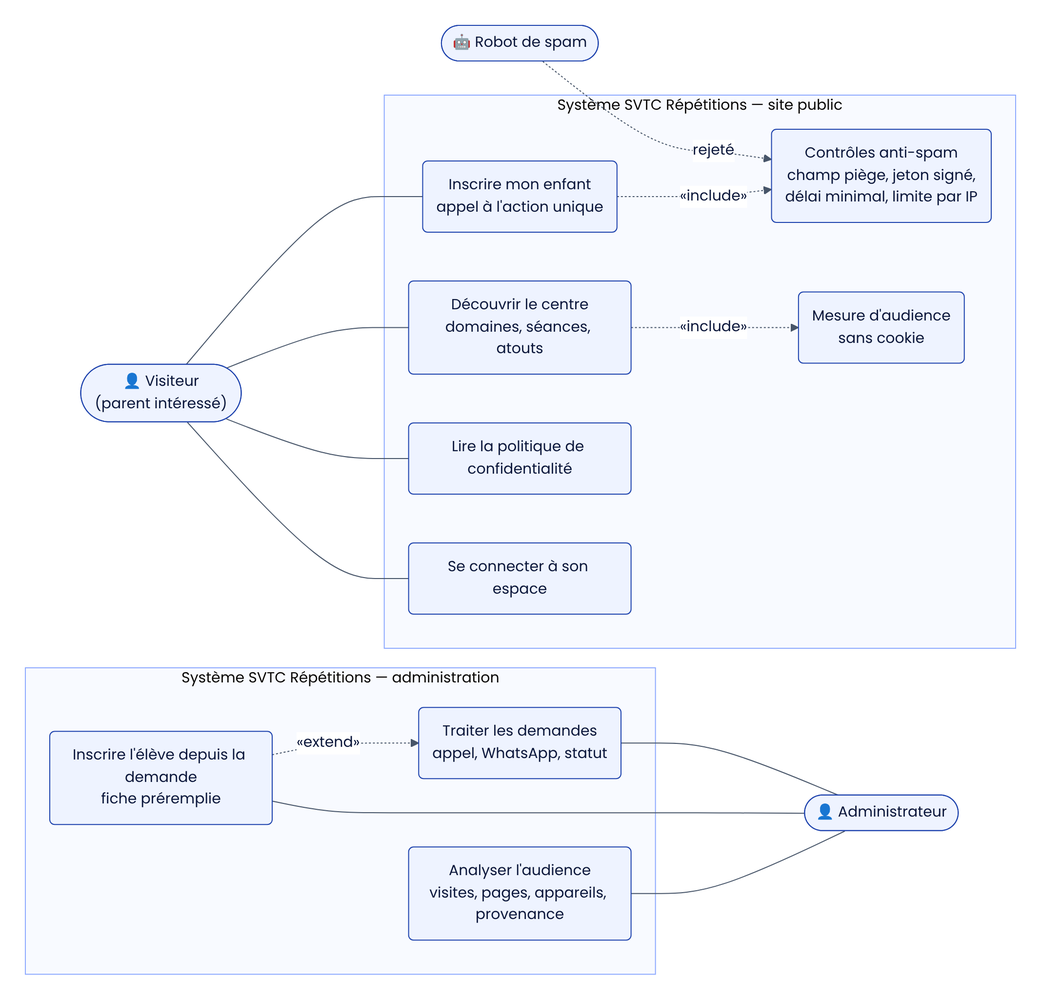
Above: docs/uml/13_cas_utilisation_visiteur.png in ANDJE30/svtc-tutoring (Mermaid), before the change. Its source is kept beside it as docs/uml/13_cas_utilisation_visiteur.mmd. The source it was exported from:
```mermaid
flowchart LR
  V(["👤 Visiteur<br/>(parent intéressé)"])
  R(["🤖 Robot de spam"])
  subgraph S["Système SVTC Répétitions — site public"]
    direction TB
    V1("Découvrir le centre<br/>domaines, séances, atouts")
    V2("Inscrire mon enfant<br/>appel à l'action unique")
    V4("Lire la politique de confidentialité")
    V5("Se connecter à son espace")
    V3("Contrôles anti-spam<br/>champ piège, jeton signé,<br/>délai minimal, limite par IP")
    V6("Mesure d'audience<br/>sans cookie")
  end
  subgraph T["Système SVTC Répétitions — administration"]
    direction TB
    A1("Traiter les demandes<br/>appel, WhatsApp, statut")
    A2("Inscrire l'élève depuis la demande<br/>fiche préremplie")
    A3("Analyser l'audience<br/>visites, pages, appareils, provenance")
  end
  A(["👤 Administrateur"])
  V --- V1 & V2 & V4 & V5
  R -. "rejeté" .-> V3
  V2 -. "«include»" .-> V3
  V1 -. "«include»" .-> V6
  A1 --- A
  A2 --- A
  A3 --- A
  A2 -. "«extend»" .-> A1
```
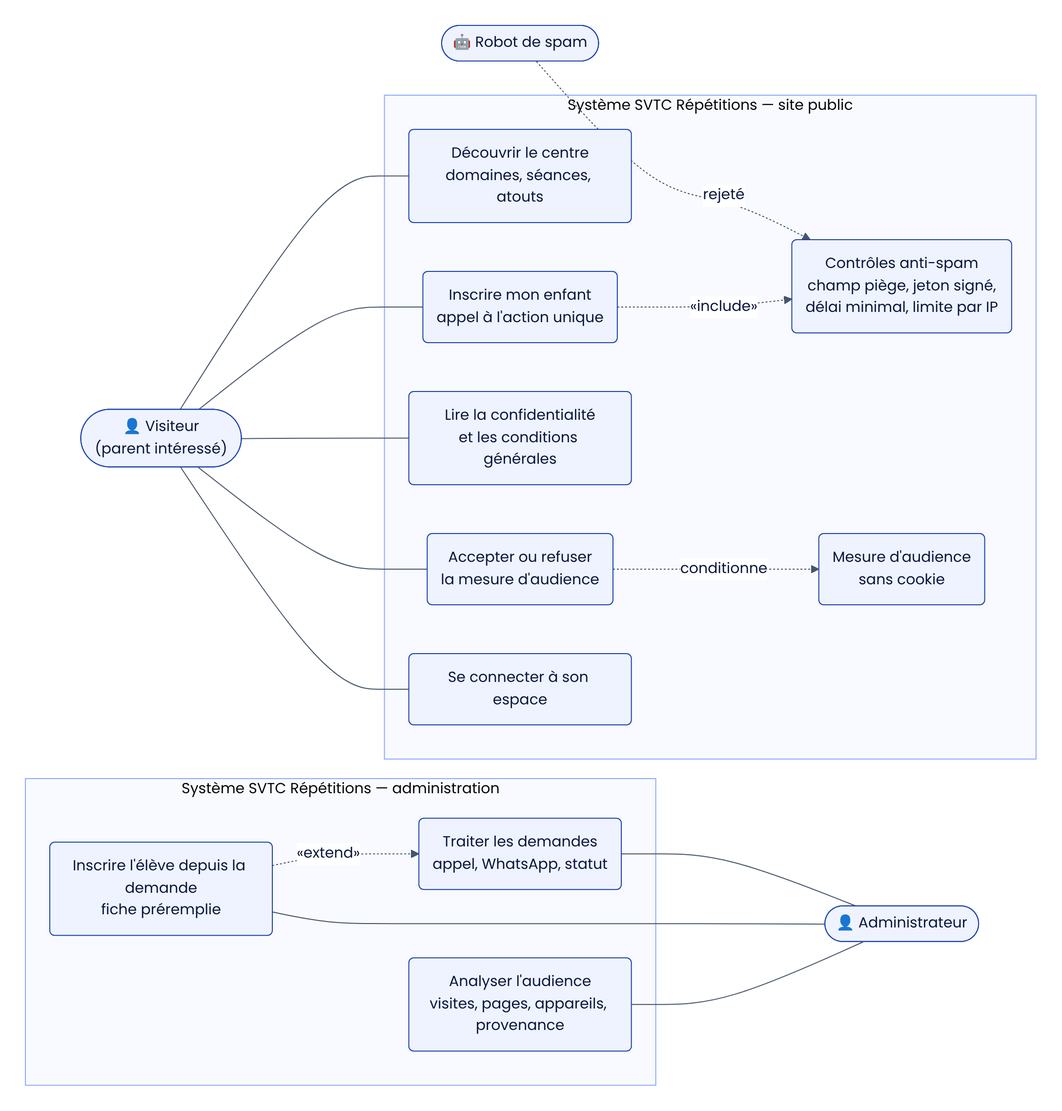
After the change.

The edit, as a diff of the source:
```diff
@@ -5,7 +5,8 @@
     direction TB
     V1("Découvrir le centre<br/>domaines, séances, atouts")
     V2("Inscrire mon enfant<br/>appel à l'action unique")
-    V4("Lire la politique de confidentialité")
+    V4("Lire la confidentialité<br/>et les conditions générales")
+    V7("Accepter ou refuser<br/>la mesure d'audience")
     V5("Se connecter à son espace")
     V3("Contrôles anti-spam<br/>champ piège, jeton signé,<br/>délai minimal, limite par IP")
     V6("Mesure d'audience<br/>sans cookie")
@@ -17,10 +18,10 @@
     A3("Analyser l'audience<br/>visites, pages, appareils, provenance")
   end
   A(["👤 Administrateur"])
-  V --- V1 & V2 & V4 & V5
+  V --- V1 & V2 & V4 & V5 & V7
+  V7 -. "conditionne" .-> V6
   R -. "rejeté" .-> V3
   V2 -. "«include»" .-> V3
-  V1 -. "«include»" .-> V6
   A1 --- A
   A2 --- A
   A3 --- A
```
